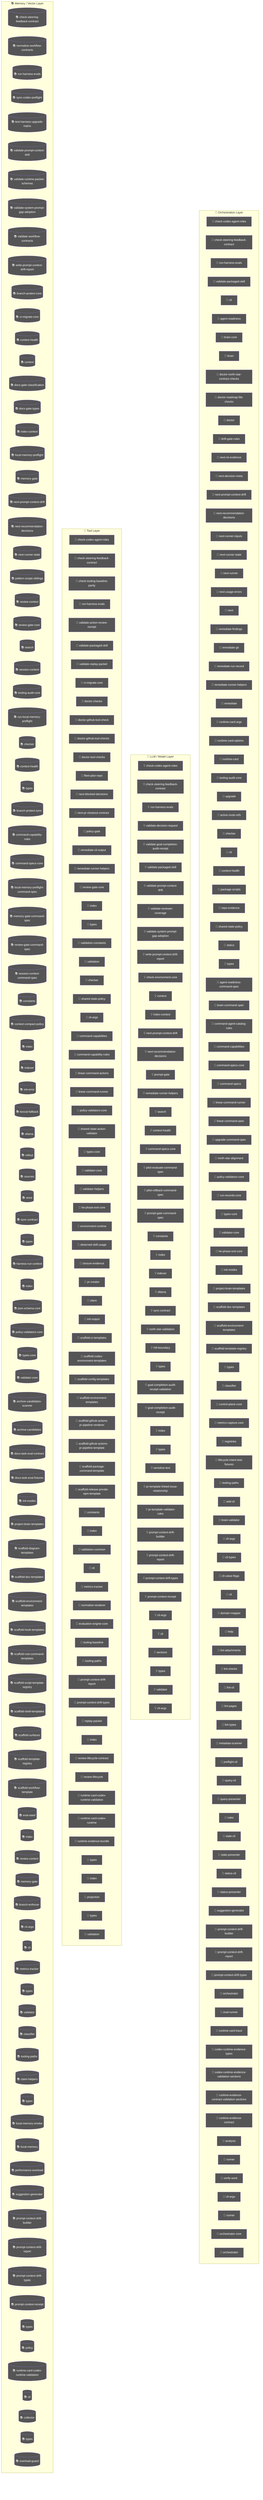
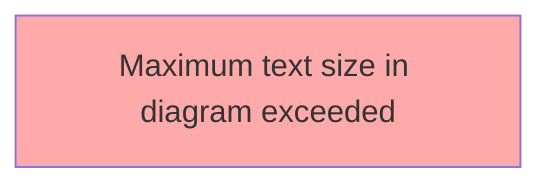
flowchart TD
  subgraph Orchestration["🎯 Orchestration Layer"]
    node_agent_mmd_orchestration_layer_orchestration_chec_7a9f0b64["🤖 check-codex-agent-roles"]
    node_agent_mmd_orchestration_layer_orchestration_chec_7fd47f5c["🤖 check-steering-feedback-contract"]
+     node_agent_mmd_orchestration_layer_orchestration_prom_9a65eb91["🤖 prompt-context-drift-validate-runner"]
+     node_agent_mmd_orchestration_layer_orchestration_prom_0cd46d14["🤖 prompt-context-drift-write-runner"]
    node_agent_mmd_orchestration_layer_orchestration_run__18817957["🤖 run-harness-evals"]
    node_agent_mmd_orchestration_layer_orchestration_vali_c01b04be["🤖 validate-packaged-skill"]
+     node_agent_mmd_orchestration_layer_orchestration_vali_5767880c["🤖 validate-prompt-context-drift"]
+     node_agent_mmd_orchestration_layer_orchestration_writ_011f1ade["🤖 write-prompt-context-drift-report"]
    cli_99bb8840["🤖 cli"]
    agent_readiness_c82c68e6["🤖 agent-readiness"]
    brain_core_aa07c380["🤖 brain-core"]
    brain_bbbf7a64["🤖 brain"]
    doctor_north_star_contract_checks_0048124c["🤖 doctor-north-star-contract-checks"]
    doctor_roadmap_file_checks_14447b8e["🤖 doctor-roadmap-file-checks"]
    doctor_72f4be89["🤖 doctor"]
    drift_gate_rules_9685e72d["🤖 drift-gate-rules"]
    next_cli_evidence_2385bd04["🤖 next-cli-evidence"]
    next_decision_meta_c58bc91b["🤖 next-decision-meta"]
    node_agent_mmd_orchestration_layer_orchestration_next_bd28cb25["🤖 next-prompt-context-drift"]
    node_agent_mmd_orchestration_layer_orchestration_next_2419fcae["🤖 next-recommendation-decisions"]
    next_runner_inputs_754dba64["🤖 next-runner-inputs"]
    node_agent_mmd_orchestration_layer_orchestration_next_5393fba1["🤖 next-runner-state"]
    next_runner_41643472["🤖 next-runner"]
    next_usage_errors_837a345a["🤖 next-usage-errors"]
    next_c6c1c9a9["🤖 next"]
    remediate_findings_8b09c8c6["🤖 remediate-findings"]
    remediate_git_58c6f6f4["🤖 remediate-git"]
    remediate_run_record_9dfe5dc1["🤖 remediate-run-record"]
    node_agent_mmd_orchestration_layer_orchestration_reme_359fe98f["🤖 remediate-runner-helpers"]
    remediate_06b9c7fc["🤖 remediate"]
    runtime_card_args_2b3d4b28["🤖 runtime-card-args"]
    runtime_card_options_c9156ad5["🤖 runtime-card-options"]
    runtime_card_e06b53e1["🤖 runtime-card"]
    node_agent_mmd_orchestration_layer_orchestration_tool_acfe0c01["🤖 tooling-audit-core"]
    upgrade_7fef9479["🤖 upgrade"]
    active_route_refs_d7a46846["🤖 active-route-refs"]
    node_agent_mmd_orchestration_layer_orchestration_chec_0550c395["🤖 checker"]
    cli_1_084e05fe["🤖 cli"]
    node_agent_mmd_orchestration_layer_orchestration_cont_61b3b9c9["🤖 context-health"]
    package_scripts_3ee6150f["🤖 package-scripts"]
    repo_evidence_38bb1de5["🤖 repo-evidence"]
    node_agent_mmd_orchestration_layer_orchestration_shar_724ef5f0["🤖 shared-state-policy"]
    status_073c1634["🤖 status"]
    node_agent_mmd_orchestration_layer_orchestration_type_4f906dcc["🤖 types"]
    agent_readiness_command_spec_a30c2c1e["🤖 agent-readiness-command-spec"]
    brain_command_spec_15b122d5["🤖 brain-command-spec"]
    command_agent_catalog_rules_8e06b2af["🤖 command-agent-catalog-rules"]
    node_agent_mmd_orchestration_layer_orchestration_comm_6e41a7f7["🤖 command-capabilities"]
    node_agent_mmd_orchestration_layer_orchestration_comm_1f8cc24c["🤖 command-specs-core"]
    command_specs_69167c63["🤖 command-specs"]
    node_agent_mmd_orchestration_layer_orchestration_line_b67affd5["🤖 linear-command-runner"]
    linear_command_spec_1e12dd44["🤖 linear-command-spec"]
    upgrade_command_spec_03f6c7bd["🤖 upgrade-command-spec"]
    north_star_alignment_00440188["🤖 north-star-alignment"]
    node_agent_mmd_orchestration_layer_orchestration_poli_3270b55d["🤖 policy-validators-core"]
    run_records_core_89286dfa["🤖 run-records-core"]
    node_agent_mmd_orchestration_layer_orchestration_type_7cf81261["🤖 types-core"]
    node_agent_mmd_orchestration_layer_orchestration_vali_d9fe99e6["🤖 validator-core"]
    node_agent_mmd_orchestration_layer_orchestration_he_p_fc778c24["🤖 he-phase-exit-core"]
    node_agent_mmd_orchestration_layer_orchestration_init_2a9c3ecb["🤖 init-modes"]
    node_agent_mmd_orchestration_layer_orchestration_proj_6ab6f60f["🤖 project-brain-templates"]
    node_agent_mmd_orchestration_layer_orchestration_scaf_12cc07db["🤖 scaffold-doc-templates"]
    node_agent_mmd_orchestration_layer_orchestration_scaf_c9a90c2f["🤖 scaffold-environment-templates"]
    node_agent_mmd_orchestration_layer_orchestration_scaf_ff8f92f6["🤖 scaffold-template-registry"]
    types_17_ed30531c["🤖 types"]
    node_agent_mmd_orchestration_layer_orchestration_clas_899b821a["🤖 classifier"]
    control_plane_core_db3b4cb2["🤖 control-plane-core"]
    metrics_capture_core_db4bf7cf["🤖 metrics-capture-core"]
    registries_06402afa["🤖 registries"]
    lifecycle_intent_test_fixtures_a53c7ada["🤖 lifecycle-intent-test-fixtures"]
    node_agent_mmd_orchestration_layer_orchestration_tool_6fb851c8["🤖 tooling-paths"]
    add_cli_7614de25["🤖 add-cli"]
    brain_validator_be251832["🤖 brain-validator"]
    cli_args_8_d546936e["🤖 cli-args"]
    cli_types_1686e858["🤖 cli-types"]
    cli_value_flags_732a8e43["🤖 cli-value-flags"]
    cli_10_35dc8cbd["🤖 cli"]
    domain_mapper_cd9333d2["🤖 domain-mapper"]
    help_106a5842["🤖 help"]
    lint_attachments_873c0632["🤖 lint-attachments"]
    lint_checks_83522b19["🤖 lint-checks"]
    lint_cli_9ec62ec0["🤖 lint-cli"]
    lint_pages_e33301d0["🤖 lint-pages"]
    lint_types_2862c255["🤖 lint-types"]
    metadata_scanner_6a101b66["🤖 metadata-scanner"]
    preflight_cli_5d148379["🤖 preflight-cli"]
    query_cli_b95be64d["🤖 query-cli"]
    query_presenter_02e6077c["🤖 query-presenter"]
    rules_6c621d1a["🤖 rules"]
    stale_cli_64548720["🤖 stale-cli"]
    stale_presenter_1de4e3a2["🤖 stale-presenter"]
    status_cli_4c24a0d6["🤖 status-cli"]
    status_presenter_8de686c1["🤖 status-presenter"]
    node_agent_mmd_orchestration_layer_orchestration_sugg_85c5ebe3["🤖 suggestion-generator"]
    node_agent_mmd_orchestration_layer_orchestration_prom_e7fa0708["🤖 prompt-context-drift-builder"]
    node_agent_mmd_orchestration_layer_orchestration_prom_d17b4de2["🤖 prompt-context-drift-report"]
    node_agent_mmd_orchestration_layer_orchestration_prom_77088997["🤖 prompt-context-drift-types"]
    orchestrator_11376b7e["🤖 orchestrator"]
    eval_runner_0966a6b3["🤖 eval-runner"]
    runtime_card_trace_64a5ca95["🤖 runtime-card-trace"]
    codex_runtime_evidence_types_f55808dd["🤖 codex-runtime-evidence-types"]
    codex_runtime_evidence_validation_sections_6d236b4a["🤖 codex-runtime-evidence-validation-sections"]
    runtime_evidence_contract_validation_sections_1779ca7c["🤖 runtime-evidence-contract-validation-sections"]
    runtime_evidence_contract_0f7b15b2["🤖 runtime-evidence-contract"]
    analysis_f44e85c4["🤖 analysis"]
    runner_527aa9f4["🤖 runner"]
    verify_work_1_cd8e7ec3["🤖 verify-work"]
    cli_args_14_3481043e["🤖 cli-args"]
    runner_1_6f281bf8["🤖 runner"]
    orchestrator_core_d0678b53["🤖 orchestrator-core"]
    orchestrator_1_6b7137c5["🤖 orchestrator"]
  end
  subgraph LLMLayer["🧠 LLM / Model Layer"]
    node_agent_mmd_llm_model_layer_llmlayer_check_codex_a_29e7b7fa["💡 check-codex-agent-roles"]
    node_agent_mmd_llm_model_layer_llmlayer_check_steerin_0e1bf90d["💡 check-steering-feedback-contract"]
+     node_agent_mmd_llm_model_layer_llmlayer_prompt_contex_446877b9["💡 prompt-context-drift-validate-runner"]
+     node_agent_mmd_llm_model_layer_llmlayer_prompt_contex_e635dbb5["💡 prompt-context-drift-write-runner"]
    node_agent_mmd_llm_model_layer_llmlayer_run_harness_e_603fcfdc["💡 run-harness-evals"]
    validate_decision_request_2e5c325e["💡 validate-decision-request"]
    validate_goal_completion_audit_receipt_100d252c["💡 validate-goal-completion-audit-receipt"]
    node_agent_mmd_llm_model_layer_llmlayer_validate_pack_2a12e1f4["💡 validate-packaged-skill"]
-     node_agent_mmd_llm_model_layer_llmlayer_validate_prom_9880f764["💡 validate-prompt-context-drift"]
+     node_agent_mmd_llm_model_layer_llmlayer_validate_prom_cde7017c["💡 validate-prompt-context-drift"]
    validate_reviewer_coverage_251efee3["💡 validate-reviewer-coverage"]
    node_agent_mmd_llm_model_layer_llmlayer_validate_syst_5636156e["💡 validate-system-prompt-gap-adoption"]
-     node_agent_mmd_llm_model_layer_llmlayer_write_prompt__cd0a0f0b["💡 write-prompt-context-drift-report"]
+     node_agent_mmd_llm_model_layer_llmlayer_write_prompt__42d2bbb0["💡 write-prompt-context-drift-report"]
    check_environment_core_2c16213f["💡 check-environment-core"]
    node_agent_mmd_llm_model_layer_llmlayer_context_conte_ad2dfbd9["💡 context"]
    node_agent_mmd_llm_model_layer_llmlayer_index_context_1041bd11["💡 index-context"]
    node_agent_mmd_llm_model_layer_llmlayer_next_prompt_c_bdfb9c8c["💡 next-prompt-context-drift"]
    node_agent_mmd_llm_model_layer_llmlayer_next_recommen_b2930791["💡 next-recommendation-decisions"]
    prompt_gate_c5e9d207["💡 prompt-gate"]
    node_agent_mmd_llm_model_layer_llmlayer_remediate_run_9e3d4585["💡 remediate-runner-helpers"]
    node_agent_mmd_llm_model_layer_llmlayer_search_search_66b9a911["💡 search"]
    node_agent_mmd_llm_model_layer_llmlayer_context_healt_cfc0bfa8["💡 context-health"]
    node_agent_mmd_llm_model_layer_llmlayer_command_specs_782af9fa["💡 command-specs-core"]
    pilot_evaluate_command_spec_1084ea72["💡 pilot-evaluate-command-spec"]
    pilot_rollback_command_spec_4fe69f7d["💡 pilot-rollback-command-spec"]
    prompt_gate_command_spec_9a941482["💡 prompt-gate-command-spec"]
    node_agent_mmd_llm_model_layer_llmlayer_constants_con_c9bd3f6c["💡 constants"]
    node_agent_mmd_llm_model_layer_llmlayer_index_index_1_02e160ff["💡 index"]
    node_agent_mmd_llm_model_layer_llmlayer_indexer_index_4f4deef5["💡 indexer"]
    node_agent_mmd_llm_model_layer_llmlayer_ollama_ollama_968b23fa["💡 ollama"]
    node_agent_mmd_llm_model_layer_llmlayer_sync_contract_9f3cc8c1["💡 sync-contract"]
    north_star_validators_cfc926ce["💡 north-star-validators"]
    hilt_boundary_9b36fb15["💡 hilt-boundary"]
    types_10_75e5a4a0["💡 types"]
    goal_completion_audit_receipt_validation_9d0f4891["💡 goal-completion-audit-receipt-validation"]
    goal_completion_audit_receipt_5e4939c3["💡 goal-completion-audit-receipt"]
    index_5_522f772a["💡 index"]
    node_agent_mmd_llm_model_layer_llmlayer_constants_con_c9bd3f6c["💡 constants"]
    types_18_37582e2a["💡 types"]
    sensitive_text_7c11f760["💡 sensitive-text"]
    pr_template_linked_issue_relationship_a7b61f2c["💡 pr-template-linked-issue-relationship"]
    pr_template_validator_rules_20a32d6b["💡 pr-template-validator-rules"]
    node_agent_mmd_llm_model_layer_llmlayer_index_index_1_02e160ff["💡 index"]
    node_agent_mmd_llm_model_layer_llmlayer_prompt_contex_0bf03c2e["💡 prompt-context-drift-builder"]
    node_agent_mmd_llm_model_layer_llmlayer_prompt_contex_81f9066a["💡 prompt-context-drift-report"]
    node_agent_mmd_llm_model_layer_llmlayer_prompt_contex_e5066b88["💡 prompt-context-drift-types"]
    node_agent_mmd_llm_model_layer_llmlayer_index_index_1_02e160ff["💡 index"]
    node_agent_mmd_llm_model_layer_llmlayer_prompt_contex_6426acc2["💡 prompt-context-receipt"]
    cli_args_9_9c136878["💡 cli-args"]
    cli_11_338a8415["💡 cli"]
    sections_4697ef32["💡 sections"]
    types_28_4476fcc6["💡 types"]
    validator_7_f836eb0e["💡 validator"]
    cli_args_10_861cdd3f["💡 cli-args"]
  end
  subgraph ToolLayer["🔧 Tool Layer"]
    node_agent_mmd_tool_layer_toollayer_check_codex_agent_4b361d5a["🔧 check-codex-agent-roles"]
    node_agent_mmd_tool_layer_toollayer_check_steering_fe_eafecf3a["🔧 check-steering-feedback-contract"]
    check_tooling_baseline_parity_3124b30a["🔧 check-tooling-baseline-parity"]
    node_agent_mmd_tool_layer_toollayer_run_harness_evals_e2ee24f1["🔧 run-harness-evals"]
    validate_action_review_receipt_fa2f06c3["🔧 validate-action-review-receipt"]
    node_agent_mmd_tool_layer_toollayer_validate_packaged_2855c827["🔧 validate-packaged-skill"]
    validate_replay_packet_f309747e["🔧 validate-replay-packet"]
    node_agent_mmd_tool_layer_toollayer_ci_migrate_core_c_049f8460["🔧 ci-migrate-core"]
    doctor_checks_5a2eb2b9["🔧 doctor-checks"]
    doctor_github_tool_check_e0a938df["🔧 doctor-github-tool-check"]
    doctor_github_tool_checks_a53b0382["🔧 doctor-github-tool-checks"]
    doctor_tool_checks_4acac51a["🔧 doctor-tool-checks"]
    fleet_plan_repo_ecdc6499["🔧 fleet-plan-repo"]
    next_blocked_decisions_4140ad2b["🔧 next-blocked-decisions"]
    next_pr_closeout_contract_af31d30a["🔧 next-pr-closeout-contract"]
    policy_gate_213f7313["🔧 policy-gate"]
    remediate_cli_output_cc165396["🔧 remediate-cli-output"]
    node_agent_mmd_tool_layer_toollayer_remediate_runner__c003b871["🔧 remediate-runner-helpers"]
    node_agent_mmd_tool_layer_toollayer_review_gate_core__7704598b["🔧 review-gate-core"]
    index_1bc04b52["🔧 index"]
    types_1_4ecdf56e["🔧 types"]
    validation_constants_e002a0f6["🔧 validation-constants"]
    validation_98c41dcd["🔧 validation"]
    node_agent_mmd_tool_layer_toollayer_checker_checker_2_453d593b["🔧 checker"]
    node_agent_mmd_tool_layer_toollayer_shared_state_poli_53734acd["🔧 shared-state-policy"]
    cli_args_1_6144b055["🔧 cli-args"]
    node_agent_mmd_tool_layer_toollayer_command_capabilit_7fe13db1["🔧 command-capabilities"]
    node_agent_mmd_tool_layer_toollayer_command_capabilit_e97a4615["🔧 command-capability-rules"]
    linear_command_actions_e430f4f4["🔧 linear-command-actions"]
    node_agent_mmd_tool_layer_toollayer_linear_command_ru_d6763748["🔧 linear-command-runner"]
    node_agent_mmd_tool_layer_toollayer_policy_validators_af136abf["🔧 policy-validators-core"]
    shared_state_action_validator_e7b128cd["🔧 shared-state-action-validator"]
    node_agent_mmd_tool_layer_toollayer_types_core_types__6c8319b6["🔧 types-core"]
    node_agent_mmd_tool_layer_toollayer_validator_core_va_6ef6131f["🔧 validator-core"]
    validator_helpers_7b927667["🔧 validator-helpers"]
    node_agent_mmd_tool_layer_toollayer_he_phase_exit_cor_af016160["🔧 he-phase-exit-core"]
    environment_runtime_3206f0a8["🔧 environment-runtime"]
    observed_skill_usage_ed7d5930["🔧 observed-skill-usage"]
    closure_evidence_aaa31467["🔧 closure-evidence"]
    pr_creator_dc6b1ea4["🔧 pr-creator"]
    client_948fe603["🔧 client"]
    init_output_360dce91["🔧 init-output"]
    scaffold_ci_templates_2afd6392["🔧 scaffold-ci-templates"]
    scaffold_codex_environment_templates_334fbbed["🔧 scaffold-codex-environment-templates"]
    scaffold_config_templates_4b80ce53["🔧 scaffold-config-templates"]
    node_agent_mmd_tool_layer_toollayer_scaffold_environm_c1afc013["🔧 scaffold-environment-templates"]
    scaffold_github_actions_pr_pipeline_renderer_1ee18de5["🔧 scaffold-github-actions-pr-pipeline-renderer"]
    scaffold_github_actions_pr_pipeline_template_e2b85f62["🔧 scaffold-github-actions-pr-pipeline-template"]
    scaffold_package_command_template_80e32e83["🔧 scaffold-package-command-template"]
    scaffold_release_private_npm_template_075499f8["🔧 scaffold-release-private-npm-template"]
    node_agent_mmd_tool_layer_toollayer_constants_constan_9d71b829["🔧 constants"]
    index_9_32dd4d91["🔧 index"]
    validation_common_6161e48b["🔧 validation-common"]
    node_agent_mmd_tool_layer_toollayer_cli_cli_2_1_32d9eeaf["🔧 cli"]
    node_agent_mmd_tool_layer_toollayer_metrics_tracker_m_4c9237d8["🔧 metrics-tracker"]
    normalise_renderer_85f2e563["🔧 normalise-renderer"]
    evaluation_engine_core_e054fe49["🔧 evaluation-engine-core"]
    tooling_baseline_50ab2eeb["🔧 tooling-baseline"]
    node_agent_mmd_tool_layer_toollayer_tooling_paths_too_64483840["🔧 tooling-paths"]
    node_agent_mmd_tool_layer_toollayer_prompt_context_dr_a2772f2b["🔧 prompt-context-drift-report"]
    node_agent_mmd_tool_layer_toollayer_prompt_context_dr_bd82da46["🔧 prompt-context-drift-types"]
    replay_packet_a1293f88["🔧 replay-packet"]
    index_14_d982116c["🔧 index"]
    review_lifecycle_contract_e5447221["🔧 review-lifecycle-contract"]
    review_lifecycle_89afa64c["🔧 review-lifecycle"]
    node_agent_mmd_tool_layer_toollayer_runtime_card_code_3636ceac["🔧 runtime-card-codex-runtime-validation"]
    runtime_card_codex_runtime_0655e230["🔧 runtime-card-codex-runtime"]
    runtime_evidence_bundle_d471a232["🔧 runtime-evidence-bundle"]
    types_37_32ccf9f9["🔧 types"]
    index_17_642943a2["🔧 index"]
    projection_1b250ea1["🔧 projection"]
    types_39_d07de160["🔧 types"]
    validation_8_b9fa10af["🔧 validation"]
  end
  subgraph MemoryLayer["📚 Memory / Vector Layer"]
    node_agent_mmd_memory_vector_layer_memorylayer_check__64c86928[("📚 check-steering-feedback-contract")]
+     node_agent_mmd_memory_vector_layer_memorylayer_prompt_5eeadd7c[("📚 prompt-context-drift-validate-runner")]
+     node_agent_mmd_memory_vector_layer_memorylayer_prompt_6d3fcb0b[("📚 prompt-context-drift-write-runner")]
    normalize_workflow_contracts_8701f1c8[("📚 normalize-workflow-contracts")]
    node_agent_mmd_memory_vector_layer_memorylayer_run_ha_5b637d0d[("📚 run-harness-evals")]
    sync_codex_preflight_7e7a8dc2[("📚 sync-codex-preflight")]
    test_harness_upgrade_matrix_84113c4e[("📚 test-harness-upgrade-matrix")]
-     node_agent_mmd_memory_vector_layer_memorylayer_valida_c52c4db8[("📚 validate-prompt-context-drift")]
+     node_agent_mmd_memory_vector_layer_memorylayer_valida_88b7435a[("📚 validate-prompt-context-drift")]
    validate_runtime_packet_schemas_bc3ba8ec[("📚 validate-runtime-packet-schemas")]
    node_agent_mmd_memory_vector_layer_memorylayer_valida_db599a97[("📚 validate-system-prompt-gap-adoption")]
    validate_workflow_contracts_33dc063c[("📚 validate-workflow-contracts")]
-     node_agent_mmd_memory_vector_layer_memorylayer_write__a8df92d8[("📚 write-prompt-context-drift-report")]
+     node_agent_mmd_memory_vector_layer_memorylayer_write__9ee5aa99[("📚 write-prompt-context-drift-report")]
    branch_protect_core_a8feb0fd[("📚 branch-protect-core")]
    node_agent_mmd_memory_vector_layer_memorylayer_ci_mig_0cd5b1a4[("📚 ci-migrate-core")]
    context_health_80bb7da9[("📚 context-health")]
    node_agent_mmd_memory_vector_layer_memorylayer_contex_78ceaaa9[("📚 context")]
    docs_gate_classification_2f51c90b[("📚 docs-gate-classification")]
    docs_gate_types_d285abb6[("📚 docs-gate-types")]
    node_agent_mmd_memory_vector_layer_memorylayer_index__6f3402d0[("📚 index-context")]
    local_memory_preflight_dcc36c42[("📚 local-memory-preflight")]
    memory_gate_a577a506[("📚 memory-gate")]
    node_agent_mmd_memory_vector_layer_memorylayer_next_p_25a3d4ff[("📚 next-prompt-context-drift")]
    node_agent_mmd_memory_vector_layer_memorylayer_next_r_ef64c9f9[("📚 next-recommendation-decisions")]
    node_agent_mmd_memory_vector_layer_memorylayer_next_r_7feb80cc[("📚 next-runner-state")]
    pattern_scope_siblings_43abe000[("📚 pattern-scope-siblings")]
    review_context_ca6cf81d[("📚 review-context")]
    node_agent_mmd_memory_vector_layer_memorylayer_review_5bee9816[("📚 review-gate-core")]
    node_agent_mmd_memory_vector_layer_memorylayer_search_ac35cb7e[("📚 search")]
    session_context_e5ec72c0[("📚 session-context")]
    node_agent_mmd_memory_vector_layer_memorylayer_toolin_a1185b8f[("📚 tooling-audit-core")]
    run_local_memory_preflight_36e92808[("📚 run-local-memory-preflight")]
    node_agent_mmd_memory_vector_layer_memorylayer_checke_a583eb4f[("📚 checker")]
    node_agent_mmd_memory_vector_layer_memorylayer_contex_3204aa0e[("📚 context-health")]
    node_agent_mmd_memory_vector_layer_memorylayer_types__9ad640a0[("📚 types")]
    branch_protect_sync_570adb18[("📚 branch-protect-sync")]
    node_agent_mmd_memory_vector_layer_memorylayer_comman_c72a5d05[("📚 command-capability-rules")]
    node_agent_mmd_memory_vector_layer_memorylayer_comman_111eb454[("📚 command-specs-core")]
    local_memory_preflight_command_spec_9e23f3ce[("📚 local-memory-preflight-command-spec")]
    memory_gate_command_spec_dc9001a9[("📚 memory-gate-command-spec")]
    review_gate_command_spec_3187376a[("📚 review-gate-command-spec")]
    session_context_command_spec_973afbb1[("📚 session-context-command-spec")]
    node_agent_mmd_memory_vector_layer_memorylayer_consta_702d3f46[("📚 constants")]
    context_compact_policy_3dcaf95d[("📚 context-compact-policy")]
    node_agent_mmd_memory_vector_layer_memorylayer_index__752bc61e[("📚 index")]
    node_agent_mmd_memory_vector_layer_memorylayer_indexe_93e6d86f[("📚 indexer")]
    init_error_5c7dd49f[("📚 init-error")]
    lexical_fallback_723e2b3e[("📚 lexical-fallback")]
    node_agent_mmd_memory_vector_layer_memorylayer_ollama_6d51be16[("📚 ollama")]
    rollout_a4fa034c[("📚 rollout")]
    sources_878a52fc[("📚 sources")]
    store_824d80d7[("📚 store")]
    node_agent_mmd_memory_vector_layer_memorylayer_sync_c_e43418bc[("📚 sync-contract")]
    types_8_f6283648[("📚 types")]
    harness_run_context_ac7c77a9[("📚 harness-run-context")]
    index_4_013aa0e3[("📚 index")]
    json_schema_core_96d7e328[("📚 json-schema-core")]
    node_agent_mmd_memory_vector_layer_memorylayer_policy_1944de42[("📚 policy-validators-core")]
    node_agent_mmd_memory_vector_layer_memorylayer_types__83f369fa[("📚 types-core")]
    node_agent_mmd_memory_vector_layer_memorylayer_valida_41034356[("📚 validator-core")]
    archive_candidates_scanner_d0931789[("📚 archive-candidates-scanner")]
    archive_candidates_dc0e40e1[("📚 archive-candidates")]
    docs_task_eval_contract_79347457[("📚 docs-task-eval-contract")]
    docs_task_eval_fixtures_44902755[("📚 docs-task-eval-fixtures")]
    node_agent_mmd_memory_vector_layer_memorylayer_init_m_333d02c5[("📚 init-modes")]
    node_agent_mmd_memory_vector_layer_memorylayer_projec_3ae304d9[("📚 project-brain-templates")]
    scaffold_diagram_templates_dd88e83c[("📚 scaffold-diagram-templates")]
    node_agent_mmd_memory_vector_layer_memorylayer_scaffo_5fd73b94[("📚 scaffold-doc-templates")]
    node_agent_mmd_memory_vector_layer_memorylayer_scaffo_12b42341[("📚 scaffold-environment-templates")]
    scaffold_hook_templates_8c74ab50[("📚 scaffold-hook-templates")]
    scaffold_root_command_templates_404fed7f[("📚 scaffold-root-command-templates")]
    scaffold_script_template_registry_69312d4e[("📚 scaffold-script-template-registry")]
    scaffold_shell_templates_0ad0f915[("📚 scaffold-shell-templates")]
    scaffold_surfaces_12d6494e[("📚 scaffold-surfaces")]
    node_agent_mmd_memory_vector_layer_memorylayer_scaffo_a86eece1[("📚 scaffold-template-registry")]
    scaffold_workflow_template_92310587[("📚 scaffold-workflow-template")]
    eval_seed_5699fd3e[("📚 eval-seed")]
    index_10_f6785a46[("📚 index")]
    review_context_1_e3afed15[("📚 review-context")]
    memory_gate_1_265164ac[("📚 memory-gate")]
    branch_enforcer_acb749cd[("📚 branch-enforcer")]
    cli_args_5_09ea29f0[("📚 cli-args")]
    node_agent_mmd_memory_vector_layer_memorylayer_cli_cl_1f1f89ab[("📚 cli")]
    node_agent_mmd_memory_vector_layer_memorylayer_metric_12562178[("📚 metrics-tracker")]
    types_20_071a0112[("📚 types")]
    validator_5_b19ac2be[("📚 validator")]
    node_agent_mmd_memory_vector_layer_memorylayer_classi_1ebbf5ff[("📚 classifier")]
    node_agent_mmd_memory_vector_layer_memorylayer_toolin_0b766498[("📚 tooling-paths")]
    claim_helpers_20dc8387[("📚 claim-helpers")]
    types_25_89d086aa[("📚 types")]
    local_memory_smoke_1175abfc[("📚 local-memory-smoke")]
    local_memory_0db17ecc[("📚 local-memory")]
    performance_overload_c685bfcf[("📚 performance-overload")]
    node_agent_mmd_memory_vector_layer_memorylayer_sugges_267f408d[("📚 suggestion-generator")]
    node_agent_mmd_memory_vector_layer_memorylayer_index__752bc61e[("📚 index")]
    node_agent_mmd_memory_vector_layer_memorylayer_prompt_b3bc9b07[("📚 prompt-context-drift-builder")]
    node_agent_mmd_memory_vector_layer_memorylayer_prompt_ae34fc43[("📚 prompt-context-drift-report")]
    node_agent_mmd_memory_vector_layer_memorylayer_prompt_efd77624[("📚 prompt-context-drift-types")]
    node_agent_mmd_memory_vector_layer_memorylayer_index__752bc61e[("📚 index")]
    node_agent_mmd_memory_vector_layer_memorylayer_prompt_55c0d605[("📚 prompt-context-receipt")]
    types_32_bfe791ff[("📚 types")]
    policy_1_fc4198db[("📚 policy")]
    node_agent_mmd_memory_vector_layer_memorylayer_runtim_a5d23e7f[("📚 runtime-card-codex-runtime-validation")]
    cli_12_01c06c37[("📚 cli")]
    collector_0736fd5b[("📚 collector")]
    types_35_93e66c64[("📚 types")]
    overload_guard_2748c559[("📚 overload-guard")]
  end
+   prompt_context_drift_validate_runner_c8ecc6f5 -->|retrieves from| index_12_762ec91b
+   prompt_context_drift_write_runner_69e6a4fd -->|retrieves from| index_12_762ec91b
  classDef agentNode fill:#555,color:#fff
-   class node_agent_mmd_orchestration_layer_orchestration_chec_7a9f0b64,node_agent_mmd_llm_model_layer_llmlayer_check_codex_a_29e7b7fa,node_agent_mmd_tool_layer_toollayer_check_codex_agent_4b361d5a,node_agent_mmd_orchestration_layer_orchestration_chec_7fd47f5c,node_agent_mmd_llm_model_layer_llmlayer_check_steerin_0e1bf90d,node_agent_mmd_tool_layer_toollayer_check_steering_fe_eafecf3a,node_agent_mmd_memory_vector_layer_memorylayer_check__64c86928,node_agent_mmd_orchestration_layer_orchestration_run__18817957,node_agent_mmd_llm_model_layer_llmlayer_run_harness_e_603fcfdc,node_agent_mmd_tool_layer_toollayer_run_harness_evals_e2ee24f1,node_agent_mmd_memory_vector_layer_memorylayer_run_ha_5b637d0d,node_agent_mmd_orchestration_layer_orchestration_vali_c01b04be,node_agent_mmd_llm_model_layer_llmlayer_validate_pack_2a12e1f4,node_agent_mmd_tool_layer_toollayer_validate_packaged_2855c827,cli_99bb8840,agent_readiness_c82c68e6,brain_core_aa07c380,brain_bbbf7a64,doctor_north_star_contract_checks_0048124c,doctor_roadmap_file_checks_14447b8e,doctor_72f4be89,drift_gate_rules_9685e72d,next_cli_evidence_2385bd04,next_decision_meta_c58bc91b,node_agent_mmd_orchestration_layer_orchestration_next_bd28cb25,node_agent_mmd_llm_model_layer_llmlayer_next_prompt_c_bdfb9c8c,node_agent_mmd_memory_vector_layer_memorylayer_next_p_25a3d4ff,node_agent_mmd_orchestration_layer_orchestration_next_2419fcae,node_agent_mmd_llm_model_layer_llmlayer_next_recommen_b2930791,node_agent_mmd_memory_vector_layer_memorylayer_next_r_ef64c9f9,next_runner_inputs_754dba64,node_agent_mmd_orchestration_layer_orchestration_next_5393fba1,node_agent_mmd_memory_vector_layer_memorylayer_next_r_7feb80cc,next_runner_41643472,next_usage_errors_837a345a,next_c6c1c9a9,remediate_findings_8b09c8c6,remediate_git_58c6f6f4,remediate_run_record_9dfe5dc1,node_agent_mmd_orchestration_layer_orchestration_reme_359fe98f,node_agent_mmd_llm_model_layer_llmlayer_remediate_run_9e3d4585,node_agent_mmd_tool_layer_toollayer_remediate_runner__c003b871,remediate_06b9c7fc,runtime_card_args_2b3d4b28,runtime_card_options_c9156ad5,runtime_card_e06b53e1,node_agent_mmd_orchestration_layer_orchestration_tool_acfe0c01,node_agent_mmd_memory_vector_layer_memorylayer_toolin_a1185b8f,upgrade_7fef9479,active_route_refs_d7a46846,node_agent_mmd_orchestration_layer_orchestration_chec_0550c395,node_agent_mmd_tool_layer_toollayer_checker_checker_2_453d593b,node_agent_mmd_memory_vector_layer_memorylayer_checke_a583eb4f,cli_1_084e05fe,node_agent_mmd_orchestration_layer_orchestration_cont_61b3b9c9,node_agent_mmd_llm_model_layer_llmlayer_context_healt_cfc0bfa8,node_agent_mmd_memory_vector_layer_memorylayer_contex_3204aa0e,package_scripts_3ee6150f,repo_evidence_38bb1de5,node_agent_mmd_orchestration_layer_orchestration_shar_724ef5f0,node_agent_mmd_tool_layer_toollayer_shared_state_poli_53734acd,status_073c1634,node_agent_mmd_orchestration_layer_orchestration_type_4f906dcc,node_agent_mmd_memory_vector_layer_memorylayer_types__9ad640a0,agent_readiness_command_spec_a30c2c1e,brain_command_spec_15b122d5,command_agent_catalog_rules_8e06b2af,node_agent_mmd_orchestration_layer_orchestration_comm_6e41a7f7,node_agent_mmd_tool_layer_toollayer_command_capabilit_7fe13db1,node_agent_mmd_orchestration_layer_orchestration_comm_1f8cc24c,node_agent_mmd_llm_model_layer_llmlayer_command_specs_782af9fa,node_agent_mmd_memory_vector_layer_memorylayer_comman_111eb454,command_specs_69167c63,node_agent_mmd_orchestration_layer_orchestration_line_b67affd5,node_agent_mmd_tool_layer_toollayer_linear_command_ru_d6763748,linear_command_spec_1e12dd44,upgrade_command_spec_03f6c7bd,north_star_alignment_00440188,node_agent_mmd_orchestration_layer_orchestration_poli_3270b55d,node_agent_mmd_tool_layer_toollayer_policy_validators_af136abf,node_agent_mmd_memory_vector_layer_memorylayer_policy_1944de42,run_records_core_89286dfa,node_agent_mmd_orchestration_layer_orchestration_type_7cf81261,node_agent_mmd_tool_layer_toollayer_types_core_types__6c8319b6,node_agent_mmd_memory_vector_layer_memorylayer_types__83f369fa,node_agent_mmd_orchestration_layer_orchestration_vali_d9fe99e6,node_agent_mmd_tool_layer_toollayer_validator_core_va_6ef6131f,node_agent_mmd_memory_vector_layer_memorylayer_valida_41034356,node_agent_mmd_orchestration_layer_orchestration_he_p_fc778c24,node_agent_mmd_tool_layer_toollayer_he_phase_exit_cor_af016160,node_agent_mmd_orchestration_layer_orchestration_init_2a9c3ecb,node_agent_mmd_memory_vector_layer_memorylayer_init_m_333d02c5,node_agent_mmd_orchestration_layer_orchestration_proj_6ab6f60f,node_agent_mmd_memory_vector_layer_memorylayer_projec_3ae304d9,node_agent_mmd_orchestration_layer_orchestration_scaf_12cc07db,node_agent_mmd_memory_vector_layer_memorylayer_scaffo_5fd73b94,node_agent_mmd_orchestration_layer_orchestration_scaf_c9a90c2f,node_agent_mmd_tool_layer_toollayer_scaffold_environm_c1afc013,node_agent_mmd_memory_vector_layer_memorylayer_scaffo_12b42341,node_agent_mmd_orchestration_layer_orchestration_scaf_ff8f92f6,node_agent_mmd_memory_vector_layer_memorylayer_scaffo_a86eece1,types_17_ed30531c,node_agent_mmd_orchestration_layer_orchestration_clas_899b821a,node_agent_mmd_memory_vector_layer_memorylayer_classi_1ebbf5ff,control_plane_core_db3b4cb2,metrics_capture_core_db4bf7cf,registries_06402afa,lifecycle_intent_test_fixtures_a53c7ada,node_agent_mmd_orchestration_layer_orchestration_tool_6fb851c8,node_agent_mmd_tool_layer_toollayer_tooling_paths_too_64483840,node_agent_mmd_memory_vector_layer_memorylayer_toolin_0b766498,add_cli_7614de25,brain_validator_be251832,cli_args_8_d546936e,cli_types_1686e858,cli_value_flags_732a8e43,cli_10_35dc8cbd,domain_mapper_cd9333d2,help_106a5842,lint_attachments_873c0632,lint_checks_83522b19,lint_cli_9ec62ec0,lint_pages_e33301d0,lint_types_2862c255,metadata_scanner_6a101b66,preflight_cli_5d148379,query_cli_b95be64d,query_presenter_02e6077c,rules_6c621d1a,stale_cli_64548720,stale_presenter_1de4e3a2,status_cli_4c24a0d6,status_presenter_8de686c1,node_agent_mmd_orchestration_layer_orchestration_sugg_85c5ebe3,node_agent_mmd_memory_vector_layer_memorylayer_sugges_267f408d,node_agent_mmd_orchestration_layer_orchestration_prom_e7fa0708,node_agent_mmd_llm_model_layer_llmlayer_prompt_contex_0bf03c2e,node_agent_mmd_memory_vector_layer_memorylayer_prompt_b3bc9b07,node_agent_mmd_orchestration_layer_orchestration_prom_d17b4de2,node_agent_mmd_llm_model_layer_llmlayer_prompt_contex_81f9066a,node_agent_mmd_tool_layer_toollayer_prompt_context_dr_a2772f2b,node_agent_mmd_memory_vector_layer_memorylayer_prompt_ae34fc43,node_agent_mmd_orchestration_layer_orchestration_prom_77088997,node_agent_mmd_llm_model_layer_llmlayer_prompt_contex_e5066b88,node_agent_mmd_tool_layer_toollayer_prompt_context_dr_bd82da46,node_agent_mmd_memory_vector_layer_memorylayer_prompt_efd77624,orchestrator_11376b7e,eval_runner_0966a6b3,runtime_card_trace_64a5ca95,codex_runtime_evidence_types_f55808dd,codex_runtime_evidence_validation_sections_6d236b4a,runtime_evidence_contract_validation_sections_1779ca7c,runtime_evidence_contract_0f7b15b2,analysis_f44e85c4,runner_527aa9f4,verify_work_1_cd8e7ec3,cli_args_14_3481043e,runner_1_6f281bf8,orchestrator_core_d0678b53,orchestrator_1_6b7137c5 agentNode
+   class node_agent_mmd_orchestration_layer_orchestration_chec_7a9f0b64,node_agent_mmd_llm_model_layer_llmlayer_check_codex_a_29e7b7fa,node_agent_mmd_tool_layer_toollayer_check_codex_agent_4b361d5a,node_agent_mmd_orchestration_layer_orchestration_chec_7fd47f5c,node_agent_mmd_llm_model_layer_llmlayer_check_steerin_0e1bf90d,node_agent_mmd_tool_layer_toollayer_check_steering_fe_eafecf3a,node_agent_mmd_memory_vector_layer_memorylayer_check__64c86928,node_agent_mmd_orchestration_layer_orchestration_prom_9a65eb91,node_agent_mmd_llm_model_layer_llmlayer_prompt_contex_446877b9,node_agent_mmd_memory_vector_layer_memorylayer_prompt_5eeadd7c,node_agent_mmd_orchestration_layer_orchestration_prom_0cd46d14,node_agent_mmd_llm_model_layer_llmlayer_prompt_contex_e635dbb5,node_agent_mmd_memory_vector_layer_memorylayer_prompt_6d3fcb0b,node_agent_mmd_orchestration_layer_orchestration_run__18817957,node_agent_mmd_llm_model_layer_llmlayer_run_harness_e_603fcfdc,node_agent_mmd_tool_layer_toollayer_run_harness_evals_e2ee24f1,node_agent_mmd_memory_vector_layer_memorylayer_run_ha_5b637d0d,node_agent_mmd_orchestration_layer_orchestration_vali_c01b04be,node_agent_mmd_llm_model_layer_llmlayer_validate_pack_2a12e1f4,node_agent_mmd_tool_layer_toollayer_validate_packaged_2855c827,node_agent_mmd_orchestration_layer_orchestration_vali_5767880c,node_agent_mmd_llm_model_layer_llmlayer_validate_prom_cde7017c,node_agent_mmd_memory_vector_layer_memorylayer_valida_88b7435a,node_agent_mmd_orchestration_layer_orchestration_writ_011f1ade,node_agent_mmd_llm_model_layer_llmlayer_write_prompt__42d2bbb0,node_agent_mmd_memory_vector_layer_memorylayer_write__9ee5aa99,cli_99bb8840,agent_readiness_c82c68e6,brain_core_aa07c380,brain_bbbf7a64,doctor_north_star_contract_checks_0048124c,doctor_roadmap_file_checks_14447b8e,doctor_72f4be89,drift_gate_rules_9685e72d,next_cli_evidence_2385bd04,next_decision_meta_c58bc91b,node_agent_mmd_orchestration_layer_orchestration_next_bd28cb25,node_agent_mmd_llm_model_layer_llmlayer_next_prompt_c_bdfb9c8c,node_agent_mmd_memory_vector_layer_memorylayer_next_p_25a3d4ff,node_agent_mmd_orchestration_layer_orchestration_next_2419fcae,node_agent_mmd_llm_model_layer_llmlayer_next_recommen_b2930791,node_agent_mmd_memory_vector_layer_memorylayer_next_r_ef64c9f9,next_runner_inputs_754dba64,node_agent_mmd_orchestration_layer_orchestration_next_5393fba1,node_agent_mmd_memory_vector_layer_memorylayer_next_r_7feb80cc,next_runner_41643472,next_usage_errors_837a345a,next_c6c1c9a9,remediate_findings_8b09c8c6,remediate_git_58c6f6f4,remediate_run_record_9dfe5dc1,node_agent_mmd_orchestration_layer_orchestration_reme_359fe98f,node_agent_mmd_llm_model_layer_llmlayer_remediate_run_9e3d4585,node_agent_mmd_tool_layer_toollayer_remediate_runner__c003b871,remediate_06b9c7fc,runtime_card_args_2b3d4b28,runtime_card_options_c9156ad5,runtime_card_e06b53e1,node_agent_mmd_orchestration_layer_orchestration_tool_acfe0c01,node_agent_mmd_memory_vector_layer_memorylayer_toolin_a1185b8f,upgrade_7fef9479,active_route_refs_d7a46846,node_agent_mmd_orchestration_layer_orchestration_chec_0550c395,node_agent_mmd_tool_layer_toollayer_checker_checker_2_453d593b,node_agent_mmd_memory_vector_layer_memorylayer_checke_a583eb4f,cli_1_084e05fe,node_agent_mmd_orchestration_layer_orchestration_cont_61b3b9c9,node_agent_mmd_llm_model_layer_llmlayer_context_healt_cfc0bfa8,node_agent_mmd_memory_vector_layer_memorylayer_contex_3204aa0e,package_scripts_3ee6150f,repo_evidence_38bb1de5,node_agent_mmd_orchestration_layer_orchestration_shar_724ef5f0,node_agent_mmd_tool_layer_toollayer_shared_state_poli_53734acd,status_073c1634,node_agent_mmd_orchestration_layer_orchestration_type_4f906dcc,node_agent_mmd_memory_vector_layer_memorylayer_types__9ad640a0,agent_readiness_command_spec_a30c2c1e,brain_command_spec_15b122d5,command_agent_catalog_rules_8e06b2af,node_agent_mmd_orchestration_layer_orchestration_comm_6e41a7f7,node_agent_mmd_tool_layer_toollayer_command_capabilit_7fe13db1,node_agent_mmd_orchestration_layer_orchestration_comm_1f8cc24c,node_agent_mmd_llm_model_layer_llmlayer_command_specs_782af9fa,node_agent_mmd_memory_vector_layer_memorylayer_comman_111eb454,command_specs_69167c63,node_agent_mmd_orchestration_layer_orchestration_line_b67affd5,node_agent_mmd_tool_layer_toollayer_linear_command_ru_d6763748,linear_command_spec_1e12dd44,upgrade_command_spec_03f6c7bd,north_star_alignment_00440188,node_agent_mmd_orchestration_layer_orchestration_poli_3270b55d,node_agent_mmd_tool_layer_toollayer_policy_validators_af136abf,node_agent_mmd_memory_vector_layer_memorylayer_policy_1944de42,run_records_core_89286dfa,node_agent_mmd_orchestration_layer_orchestration_type_7cf81261,node_agent_mmd_tool_layer_toollayer_types_core_types__6c8319b6,node_agent_mmd_memory_vector_layer_memorylayer_types__83f369fa,node_agent_mmd_orchestration_layer_orchestration_vali_d9fe99e6,node_agent_mmd_tool_layer_toollayer_validator_core_va_6ef6131f,node_agent_mmd_memory_vector_layer_memorylayer_valida_41034356,node_agent_mmd_orchestration_layer_orchestration_he_p_fc778c24,node_agent_mmd_tool_layer_toollayer_he_phase_exit_cor_af016160,node_agent_mmd_orchestration_layer_orchestration_init_2a9c3ecb,node_agent_mmd_memory_vector_layer_memorylayer_init_m_333d02c5,node_agent_mmd_orchestration_layer_orchestration_proj_6ab6f60f,node_agent_mmd_memory_vector_layer_memorylayer_projec_3ae304d9,node_agent_mmd_orchestration_layer_orchestration_scaf_12cc07db,node_agent_mmd_memory_vector_layer_memorylayer_scaffo_5fd73b94,node_agent_mmd_orchestration_layer_orchestration_scaf_c9a90c2f,node_agent_mmd_tool_layer_toollayer_scaffold_environm_c1afc013,node_agent_mmd_memory_vector_layer_memorylayer_scaffo_12b42341,node_agent_mmd_orchestration_layer_orchestration_scaf_ff8f92f6,node_agent_mmd_memory_vector_layer_memorylayer_scaffo_a86eece1,types_17_ed30531c,node_agent_mmd_orchestration_layer_orchestration_clas_899b821a,node_agent_mmd_memory_vector_layer_memorylayer_classi_1ebbf5ff,control_plane_core_db3b4cb2,metrics_capture_core_db4bf7cf,registries_06402afa,lifecycle_intent_test_fixtures_a53c7ada,node_agent_mmd_orchestration_layer_orchestration_tool_6fb851c8,node_agent_mmd_tool_layer_toollayer_tooling_paths_too_64483840,node_agent_mmd_memory_vector_layer_memorylayer_toolin_0b766498,add_cli_7614de25,brain_validator_be251832,cli_args_8_d546936e,cli_types_1686e858,cli_value_flags_732a8e43,cli_10_35dc8cbd,domain_mapper_cd9333d2,help_106a5842,lint_attachments_873c0632,lint_checks_83522b19,lint_cli_9ec62ec0,lint_pages_e33301d0,lint_types_2862c255,metadata_scanner_6a101b66,preflight_cli_5d148379,query_cli_b95be64d,query_presenter_02e6077c,rules_6c621d1a,stale_cli_64548720,stale_presenter_1de4e3a2,status_cli_4c24a0d6,status_presenter_8de686c1,node_agent_mmd_orchestration_layer_orchestration_sugg_85c5ebe3,node_agent_mmd_memory_vector_layer_memorylayer_sugges_267f408d,node_agent_mmd_orchestration_layer_orchestration_prom_e7fa0708,node_agent_mmd_llm_model_layer_llmlayer_prompt_contex_0bf03c2e,node_agent_mmd_memory_vector_layer_memorylayer_prompt_b3bc9b07,node_agent_mmd_orchestration_layer_orchestration_prom_d17b4de2,node_agent_mmd_llm_model_layer_llmlayer_prompt_contex_81f9066a,node_agent_mmd_tool_layer_toollayer_prompt_context_dr_a2772f2b,node_agent_mmd_memory_vector_layer_memorylayer_prompt_ae34fc43,node_agent_mmd_orchestration_layer_orchestration_prom_77088997,node_agent_mmd_llm_model_layer_llmlayer_prompt_contex_e5066b88,node_agent_mmd_tool_layer_toollayer_prompt_context_dr_bd82da46,node_agent_mmd_memory_vector_layer_memorylayer_prompt_efd77624,orchestrator_11376b7e,eval_runner_0966a6b3,runtime_card_trace_64a5ca95,codex_runtime_evidence_types_f55808dd,codex_runtime_evidence_validation_sections_6d236b4a,runtime_evidence_contract_validation_sections_1779ca7c,runtime_evidence_contract_0f7b15b2,analysis_f44e85c4,runner_527aa9f4,verify_work_1_cd8e7ec3,cli_args_14_3481043e,runner_1_6f281bf8,orchestrator_core_d0678b53,orchestrator_1_6b7137c5 agentNode
  classDef llmNode fill:#555,color:#fff
-   class node_agent_mmd_orchestration_layer_orchestration_chec_7a9f0b64,node_agent_mmd_llm_model_layer_llmlayer_check_codex_a_29e7b7fa,node_agent_mmd_tool_layer_toollayer_check_codex_agent_4b361d5a,node_agent_mmd_orchestration_layer_orchestration_chec_7fd47f5c,node_agent_mmd_llm_model_layer_llmlayer_check_steerin_0e1bf90d,node_agent_mmd_tool_layer_toollayer_check_steering_fe_eafecf3a,node_agent_mmd_memory_vector_layer_memorylayer_check__64c86928,node_agent_mmd_orchestration_layer_orchestration_run__18817957,node_agent_mmd_llm_model_layer_llmlayer_run_harness_e_603fcfdc,node_agent_mmd_tool_layer_toollayer_run_harness_evals_e2ee24f1,node_agent_mmd_memory_vector_layer_memorylayer_run_ha_5b637d0d,validate_decision_request_2e5c325e,validate_goal_completion_audit_receipt_100d252c,node_agent_mmd_orchestration_layer_orchestration_vali_c01b04be,node_agent_mmd_llm_model_layer_llmlayer_validate_pack_2a12e1f4,node_agent_mmd_tool_layer_toollayer_validate_packaged_2855c827,node_agent_mmd_llm_model_layer_llmlayer_validate_prom_9880f764,node_agent_mmd_memory_vector_layer_memorylayer_valida_c52c4db8,validate_reviewer_coverage_251efee3,node_agent_mmd_llm_model_layer_llmlayer_validate_syst_5636156e,node_agent_mmd_memory_vector_layer_memorylayer_valida_db599a97,node_agent_mmd_llm_model_layer_llmlayer_write_prompt__cd0a0f0b,node_agent_mmd_memory_vector_layer_memorylayer_write__a8df92d8,check_environment_core_2c16213f,node_agent_mmd_llm_model_layer_llmlayer_context_conte_ad2dfbd9,node_agent_mmd_memory_vector_layer_memorylayer_contex_78ceaaa9,node_agent_mmd_llm_model_layer_llmlayer_index_context_1041bd11,node_agent_mmd_memory_vector_layer_memorylayer_index__6f3402d0,node_agent_mmd_orchestration_layer_orchestration_next_bd28cb25,node_agent_mmd_llm_model_layer_llmlayer_next_prompt_c_bdfb9c8c,node_agent_mmd_memory_vector_layer_memorylayer_next_p_25a3d4ff,node_agent_mmd_orchestration_layer_orchestration_next_2419fcae,node_agent_mmd_llm_model_layer_llmlayer_next_recommen_b2930791,node_agent_mmd_memory_vector_layer_memorylayer_next_r_ef64c9f9,prompt_gate_c5e9d207,node_agent_mmd_orchestration_layer_orchestration_reme_359fe98f,node_agent_mmd_llm_model_layer_llmlayer_remediate_run_9e3d4585,node_agent_mmd_tool_layer_toollayer_remediate_runner__c003b871,node_agent_mmd_llm_model_layer_llmlayer_search_search_66b9a911,node_agent_mmd_memory_vector_layer_memorylayer_search_ac35cb7e,node_agent_mmd_orchestration_layer_orchestration_cont_61b3b9c9,node_agent_mmd_llm_model_layer_llmlayer_context_healt_cfc0bfa8,node_agent_mmd_memory_vector_layer_memorylayer_contex_3204aa0e,node_agent_mmd_orchestration_layer_orchestration_comm_1f8cc24c,node_agent_mmd_llm_model_layer_llmlayer_command_specs_782af9fa,node_agent_mmd_memory_vector_layer_memorylayer_comman_111eb454,pilot_evaluate_command_spec_1084ea72,pilot_rollback_command_spec_4fe69f7d,prompt_gate_command_spec_9a941482,node_agent_mmd_llm_model_layer_llmlayer_constants_con_c9bd3f6c,node_agent_mmd_memory_vector_layer_memorylayer_consta_702d3f46,node_agent_mmd_llm_model_layer_llmlayer_index_index_1_02e160ff,node_agent_mmd_memory_vector_layer_memorylayer_index__752bc61e,node_agent_mmd_llm_model_layer_llmlayer_indexer_index_4f4deef5,node_agent_mmd_memory_vector_layer_memorylayer_indexe_93e6d86f,node_agent_mmd_llm_model_layer_llmlayer_ollama_ollama_968b23fa,node_agent_mmd_memory_vector_layer_memorylayer_ollama_6d51be16,node_agent_mmd_llm_model_layer_llmlayer_sync_contract_9f3cc8c1,node_agent_mmd_memory_vector_layer_memorylayer_sync_c_e43418bc,north_star_validators_cfc926ce,hilt_boundary_9b36fb15,types_10_75e5a4a0,goal_completion_audit_receipt_validation_9d0f4891,goal_completion_audit_receipt_5e4939c3,index_5_522f772a,node_agent_mmd_tool_layer_toollayer_constants_constan_9d71b829,types_18_37582e2a,sensitive_text_7c11f760,pr_template_linked_issue_relationship_a7b61f2c,pr_template_validator_rules_20a32d6b,node_agent_mmd_orchestration_layer_orchestration_prom_e7fa0708,node_agent_mmd_llm_model_layer_llmlayer_prompt_contex_0bf03c2e,node_agent_mmd_memory_vector_layer_memorylayer_prompt_b3bc9b07,node_agent_mmd_orchestration_layer_orchestration_prom_d17b4de2,node_agent_mmd_llm_model_layer_llmlayer_prompt_contex_81f9066a,node_agent_mmd_tool_layer_toollayer_prompt_context_dr_a2772f2b,node_agent_mmd_memory_vector_layer_memorylayer_prompt_ae34fc43,node_agent_mmd_orchestration_layer_orchestration_prom_77088997,node_agent_mmd_llm_model_layer_llmlayer_prompt_contex_e5066b88,node_agent_mmd_tool_layer_toollayer_prompt_context_dr_bd82da46,node_agent_mmd_memory_vector_layer_memorylayer_prompt_efd77624,node_agent_mmd_llm_model_layer_llmlayer_prompt_contex_6426acc2,node_agent_mmd_memory_vector_layer_memorylayer_prompt_55c0d605,cli_args_9_9c136878,cli_11_338a8415,sections_4697ef32,types_28_4476fcc6,validator_7_f836eb0e,cli_args_10_861cdd3f llmNode
+   class node_agent_mmd_orchestration_layer_orchestration_chec_7a9f0b64,node_agent_mmd_llm_model_layer_llmlayer_check_codex_a_29e7b7fa,node_agent_mmd_tool_layer_toollayer_check_codex_agent_4b361d5a,node_agent_mmd_orchestration_layer_orchestration_chec_7fd47f5c,node_agent_mmd_llm_model_layer_llmlayer_check_steerin_0e1bf90d,node_agent_mmd_tool_layer_toollayer_check_steering_fe_eafecf3a,node_agent_mmd_memory_vector_layer_memorylayer_check__64c86928,node_agent_mmd_orchestration_layer_orchestration_prom_9a65eb91,node_agent_mmd_llm_model_layer_llmlayer_prompt_contex_446877b9,node_agent_mmd_memory_vector_layer_memorylayer_prompt_5eeadd7c,node_agent_mmd_orchestration_layer_orchestration_prom_0cd46d14,node_agent_mmd_llm_model_layer_llmlayer_prompt_contex_e635dbb5,node_agent_mmd_memory_vector_layer_memorylayer_prompt_6d3fcb0b,node_agent_mmd_orchestration_layer_orchestration_run__18817957,node_agent_mmd_llm_model_layer_llmlayer_run_harness_e_603fcfdc,node_agent_mmd_tool_layer_toollayer_run_harness_evals_e2ee24f1,node_agent_mmd_memory_vector_layer_memorylayer_run_ha_5b637d0d,validate_decision_request_2e5c325e,validate_goal_completion_audit_receipt_100d252c,node_agent_mmd_orchestration_layer_orchestration_vali_c01b04be,node_agent_mmd_llm_model_layer_llmlayer_validate_pack_2a12e1f4,node_agent_mmd_tool_layer_toollayer_validate_packaged_2855c827,node_agent_mmd_orchestration_layer_orchestration_vali_5767880c,node_agent_mmd_llm_model_layer_llmlayer_validate_prom_cde7017c,node_agent_mmd_memory_vector_layer_memorylayer_valida_88b7435a,validate_reviewer_coverage_251efee3,node_agent_mmd_llm_model_layer_llmlayer_validate_syst_5636156e,node_agent_mmd_memory_vector_layer_memorylayer_valida_db599a97,node_agent_mmd_orchestration_layer_orchestration_writ_011f1ade,node_agent_mmd_llm_model_layer_llmlayer_write_prompt__42d2bbb0,node_agent_mmd_memory_vector_layer_memorylayer_write__9ee5aa99,check_environment_core_2c16213f,node_agent_mmd_llm_model_layer_llmlayer_context_conte_ad2dfbd9,node_agent_mmd_memory_vector_layer_memorylayer_contex_78ceaaa9,node_agent_mmd_llm_model_layer_llmlayer_index_context_1041bd11,node_agent_mmd_memory_vector_layer_memorylayer_index__6f3402d0,node_agent_mmd_orchestration_layer_orchestration_next_bd28cb25,node_agent_mmd_llm_model_layer_llmlayer_next_prompt_c_bdfb9c8c,node_agent_mmd_memory_vector_layer_memorylayer_next_p_25a3d4ff,node_agent_mmd_orchestration_layer_orchestration_next_2419fcae,node_agent_mmd_llm_model_layer_llmlayer_next_recommen_b2930791,node_agent_mmd_memory_vector_layer_memorylayer_next_r_ef64c9f9,prompt_gate_c5e9d207,node_agent_mmd_orchestration_layer_orchestration_reme_359fe98f,node_agent_mmd_llm_model_layer_llmlayer_remediate_run_9e3d4585,node_agent_mmd_tool_layer_toollayer_remediate_runner__c003b871,node_agent_mmd_llm_model_layer_llmlayer_search_search_66b9a911,node_agent_mmd_memory_vector_layer_memorylayer_search_ac35cb7e,node_agent_mmd_orchestration_layer_orchestration_cont_61b3b9c9,node_agent_mmd_llm_model_layer_llmlayer_context_healt_cfc0bfa8,node_agent_mmd_memory_vector_layer_memorylayer_contex_3204aa0e,node_agent_mmd_orchestration_layer_orchestration_comm_1f8cc24c,node_agent_mmd_llm_model_layer_llmlayer_command_specs_782af9fa,node_agent_mmd_memory_vector_layer_memorylayer_comman_111eb454,pilot_evaluate_command_spec_1084ea72,pilot_rollback_command_spec_4fe69f7d,prompt_gate_command_spec_9a941482,node_agent_mmd_llm_model_layer_llmlayer_constants_con_c9bd3f6c,node_agent_mmd_memory_vector_layer_memorylayer_consta_702d3f46,node_agent_mmd_llm_model_layer_llmlayer_index_index_1_02e160ff,node_agent_mmd_memory_vector_layer_memorylayer_index__752bc61e,node_agent_mmd_llm_model_layer_llmlayer_indexer_index_4f4deef5,node_agent_mmd_memory_vector_layer_memorylayer_indexe_93e6d86f,node_agent_mmd_llm_model_layer_llmlayer_ollama_ollama_968b23fa,node_agent_mmd_memory_vector_layer_memorylayer_ollama_6d51be16,node_agent_mmd_llm_model_layer_llmlayer_sync_contract_9f3cc8c1,node_agent_mmd_memory_vector_layer_memorylayer_sync_c_e43418bc,north_star_validators_cfc926ce,hilt_boundary_9b36fb15,types_10_75e5a4a0,goal_completion_audit_receipt_validation_9d0f4891,goal_completion_audit_receipt_5e4939c3,index_5_522f772a,node_agent_mmd_tool_layer_toollayer_constants_constan_9d71b829,types_18_37582e2a,sensitive_text_7c11f760,pr_template_linked_issue_relationship_a7b61f2c,pr_template_validator_rules_20a32d6b,node_agent_mmd_orchestration_layer_orchestration_prom_e7fa0708,node_agent_mmd_llm_model_layer_llmlayer_prompt_contex_0bf03c2e,node_agent_mmd_memory_vector_layer_memorylayer_prompt_b3bc9b07,node_agent_mmd_orchestration_layer_orchestration_prom_d17b4de2,node_agent_mmd_llm_model_layer_llmlayer_prompt_contex_81f9066a,node_agent_mmd_tool_layer_toollayer_prompt_context_dr_a2772f2b,node_agent_mmd_memory_vector_layer_memorylayer_prompt_ae34fc43,node_agent_mmd_orchestration_layer_orchestration_prom_77088997,node_agent_mmd_llm_model_layer_llmlayer_prompt_contex_e5066b88,node_agent_mmd_tool_layer_toollayer_prompt_context_dr_bd82da46,node_agent_mmd_memory_vector_layer_memorylayer_prompt_efd77624,node_agent_mmd_llm_model_layer_llmlayer_prompt_contex_6426acc2,node_agent_mmd_memory_vector_layer_memorylayer_prompt_55c0d605,cli_args_9_9c136878,cli_11_338a8415,sections_4697ef32,types_28_4476fcc6,validator_7_f836eb0e,cli_args_10_861cdd3f llmNode
  classDef toolNode fill:#555,color:#fff
  class node_agent_mmd_orchestration_layer_orchestration_chec_7a9f0b64,node_agent_mmd_llm_model_layer_llmlayer_check_codex_a_29e7b7fa,node_agent_mmd_tool_layer_toollayer_check_codex_agent_4b361d5a,node_agent_mmd_orchestration_layer_orchestration_chec_7fd47f5c,node_agent_mmd_llm_model_layer_llmlayer_check_steerin_0e1bf90d,node_agent_mmd_tool_layer_toollayer_check_steering_fe_eafecf3a,node_agent_mmd_memory_vector_layer_memorylayer_check__64c86928,check_tooling_baseline_parity_3124b30a,node_agent_mmd_orchestration_layer_orchestration_run__18817957,node_agent_mmd_llm_model_layer_llmlayer_run_harness_e_603fcfdc,node_agent_mmd_tool_layer_toollayer_run_harness_evals_e2ee24f1,node_agent_mmd_memory_vector_layer_memorylayer_run_ha_5b637d0d,validate_action_review_receipt_fa2f06c3,node_agent_mmd_orchestration_layer_orchestration_vali_c01b04be,node_agent_mmd_llm_model_layer_llmlayer_validate_pack_2a12e1f4,node_agent_mmd_tool_layer_toollayer_validate_packaged_2855c827,validate_replay_packet_f309747e,node_agent_mmd_tool_layer_toollayer_ci_migrate_core_c_049f8460,node_agent_mmd_memory_vector_layer_memorylayer_ci_mig_0cd5b1a4,doctor_checks_5a2eb2b9,doctor_github_tool_check_e0a938df,doctor_github_tool_checks_a53b0382,doctor_tool_checks_4acac51a,fleet_plan_repo_ecdc6499,next_blocked_decisions_4140ad2b,next_pr_closeout_contract_af31d30a,policy_gate_213f7313,remediate_cli_output_cc165396,node_agent_mmd_orchestration_layer_orchestration_reme_359fe98f,node_agent_mmd_llm_model_layer_llmlayer_remediate_run_9e3d4585,node_agent_mmd_tool_layer_toollayer_remediate_runner__c003b871,node_agent_mmd_tool_layer_toollayer_review_gate_core__7704598b,node_agent_mmd_memory_vector_layer_memorylayer_review_5bee9816,index_1bc04b52,types_1_4ecdf56e,validation_constants_e002a0f6,validation_98c41dcd,node_agent_mmd_orchestration_layer_orchestration_chec_0550c395,node_agent_mmd_tool_layer_toollayer_checker_checker_2_453d593b,node_agent_mmd_memory_vector_layer_memorylayer_checke_a583eb4f,node_agent_mmd_orchestration_layer_orchestration_shar_724ef5f0,node_agent_mmd_tool_layer_toollayer_shared_state_poli_53734acd,cli_args_1_6144b055,node_agent_mmd_orchestration_layer_orchestration_comm_6e41a7f7,node_agent_mmd_tool_layer_toollayer_command_capabilit_7fe13db1,node_agent_mmd_tool_layer_toollayer_command_capabilit_e97a4615,node_agent_mmd_memory_vector_layer_memorylayer_comman_c72a5d05,linear_command_actions_e430f4f4,node_agent_mmd_orchestration_layer_orchestration_line_b67affd5,node_agent_mmd_tool_layer_toollayer_linear_command_ru_d6763748,node_agent_mmd_orchestration_layer_orchestration_poli_3270b55d,node_agent_mmd_tool_layer_toollayer_policy_validators_af136abf,node_agent_mmd_memory_vector_layer_memorylayer_policy_1944de42,shared_state_action_validator_e7b128cd,node_agent_mmd_orchestration_layer_orchestration_type_7cf81261,node_agent_mmd_tool_layer_toollayer_types_core_types__6c8319b6,node_agent_mmd_memory_vector_layer_memorylayer_types__83f369fa,node_agent_mmd_orchestration_layer_orchestration_vali_d9fe99e6,node_agent_mmd_tool_layer_toollayer_validator_core_va_6ef6131f,node_agent_mmd_memory_vector_layer_memorylayer_valida_41034356,validator_helpers_7b927667,node_agent_mmd_orchestration_layer_orchestration_he_p_fc778c24,node_agent_mmd_tool_layer_toollayer_he_phase_exit_cor_af016160,environment_runtime_3206f0a8,observed_skill_usage_ed7d5930,closure_evidence_aaa31467,pr_creator_dc6b1ea4,client_948fe603,init_output_360dce91,scaffold_ci_templates_2afd6392,scaffold_codex_environment_templates_334fbbed,scaffold_config_templates_4b80ce53,node_agent_mmd_orchestration_layer_orchestration_scaf_c9a90c2f,node_agent_mmd_tool_layer_toollayer_scaffold_environm_c1afc013,node_agent_mmd_memory_vector_layer_memorylayer_scaffo_12b42341,scaffold_github_actions_pr_pipeline_renderer_1ee18de5,scaffold_github_actions_pr_pipeline_template_e2b85f62,scaffold_package_command_template_80e32e83,scaffold_release_private_npm_template_075499f8,node_agent_mmd_llm_model_layer_llmlayer_constants_con_c9bd3f6c,node_agent_mmd_tool_layer_toollayer_constants_constan_9d71b829,index_9_32dd4d91,validation_common_6161e48b,node_agent_mmd_tool_layer_toollayer_cli_cli_2_1_32d9eeaf,node_agent_mmd_memory_vector_layer_memorylayer_cli_cl_1f1f89ab,node_agent_mmd_tool_layer_toollayer_metrics_tracker_m_4c9237d8,node_agent_mmd_memory_vector_layer_memorylayer_metric_12562178,normalise_renderer_85f2e563,evaluation_engine_core_e054fe49,tooling_baseline_50ab2eeb,node_agent_mmd_orchestration_layer_orchestration_tool_6fb851c8,node_agent_mmd_tool_layer_toollayer_tooling_paths_too_64483840,node_agent_mmd_memory_vector_layer_memorylayer_toolin_0b766498,node_agent_mmd_orchestration_layer_orchestration_prom_d17b4de2,node_agent_mmd_llm_model_layer_llmlayer_prompt_contex_81f9066a,node_agent_mmd_tool_layer_toollayer_prompt_context_dr_a2772f2b,node_agent_mmd_memory_vector_layer_memorylayer_prompt_ae34fc43,node_agent_mmd_orchestration_layer_orchestration_prom_77088997,node_agent_mmd_llm_model_layer_llmlayer_prompt_contex_e5066b88,node_agent_mmd_tool_layer_toollayer_prompt_context_dr_bd82da46,node_agent_mmd_memory_vector_layer_memorylayer_prompt_efd77624,replay_packet_a1293f88,index_14_d982116c,review_lifecycle_contract_e5447221,review_lifecycle_89afa64c,node_agent_mmd_tool_layer_toollayer_runtime_card_code_3636ceac,node_agent_mmd_memory_vector_layer_memorylayer_runtim_a5d23e7f,runtime_card_codex_runtime_0655e230,runtime_evidence_bundle_d471a232,types_37_32ccf9f9,index_17_642943a2,projection_1b250ea1,types_39_d07de160,validation_8_b9fa10af toolNode
  classDef memNode fill:#555,color:#fff
-   class node_agent_mmd_orchestration_layer_orchestration_chec_7fd47f5c,node_agent_mmd_llm_model_layer_llmlayer_check_steerin_0e1bf90d,node_agent_mmd_tool_layer_toollayer_check_steering_fe_eafecf3a,node_agent_mmd_memory_vector_layer_memorylayer_check__64c86928,normalize_workflow_contracts_8701f1c8,node_agent_mmd_orchestration_layer_orchestration_run__18817957,node_agent_mmd_llm_model_layer_llmlayer_run_harness_e_603fcfdc,node_agent_mmd_tool_layer_toollayer_run_harness_evals_e2ee24f1,node_agent_mmd_memory_vector_layer_memorylayer_run_ha_5b637d0d,sync_codex_preflight_7e7a8dc2,test_harness_upgrade_matrix_84113c4e,node_agent_mmd_llm_model_layer_llmlayer_validate_prom_9880f764,node_agent_mmd_memory_vector_layer_memorylayer_valida_c52c4db8,validate_runtime_packet_schemas_bc3ba8ec,node_agent_mmd_llm_model_layer_llmlayer_validate_syst_5636156e,node_agent_mmd_memory_vector_layer_memorylayer_valida_db599a97,validate_workflow_contracts_33dc063c,node_agent_mmd_llm_model_layer_llmlayer_write_prompt__cd0a0f0b,node_agent_mmd_memory_vector_layer_memorylayer_write__a8df92d8,branch_protect_core_a8feb0fd,node_agent_mmd_tool_layer_toollayer_ci_migrate_core_c_049f8460,node_agent_mmd_memory_vector_layer_memorylayer_ci_mig_0cd5b1a4,context_health_80bb7da9,node_agent_mmd_llm_model_layer_llmlayer_context_conte_ad2dfbd9,node_agent_mmd_memory_vector_layer_memorylayer_contex_78ceaaa9,docs_gate_classification_2f51c90b,docs_gate_types_d285abb6,node_agent_mmd_llm_model_layer_llmlayer_index_context_1041bd11,node_agent_mmd_memory_vector_layer_memorylayer_index__6f3402d0,local_memory_preflight_dcc36c42,memory_gate_a577a506,node_agent_mmd_orchestration_layer_orchestration_next_bd28cb25,node_agent_mmd_llm_model_layer_llmlayer_next_prompt_c_bdfb9c8c,node_agent_mmd_memory_vector_layer_memorylayer_next_p_25a3d4ff,node_agent_mmd_orchestration_layer_orchestration_next_2419fcae,node_agent_mmd_llm_model_layer_llmlayer_next_recommen_b2930791,node_agent_mmd_memory_vector_layer_memorylayer_next_r_ef64c9f9,node_agent_mmd_orchestration_layer_orchestration_next_5393fba1,node_agent_mmd_memory_vector_layer_memorylayer_next_r_7feb80cc,pattern_scope_siblings_43abe000,review_context_ca6cf81d,node_agent_mmd_tool_layer_toollayer_review_gate_core__7704598b,node_agent_mmd_memory_vector_layer_memorylayer_review_5bee9816,node_agent_mmd_llm_model_layer_llmlayer_search_search_66b9a911,node_agent_mmd_memory_vector_layer_memorylayer_search_ac35cb7e,session_context_e5ec72c0,node_agent_mmd_orchestration_layer_orchestration_tool_acfe0c01,node_agent_mmd_memory_vector_layer_memorylayer_toolin_a1185b8f,run_local_memory_preflight_36e92808,node_agent_mmd_orchestration_layer_orchestration_chec_0550c395,node_agent_mmd_tool_layer_toollayer_checker_checker_2_453d593b,node_agent_mmd_memory_vector_layer_memorylayer_checke_a583eb4f,node_agent_mmd_orchestration_layer_orchestration_cont_61b3b9c9,node_agent_mmd_llm_model_layer_llmlayer_context_healt_cfc0bfa8,node_agent_mmd_memory_vector_layer_memorylayer_contex_3204aa0e,node_agent_mmd_orchestration_layer_orchestration_type_4f906dcc,node_agent_mmd_memory_vector_layer_memorylayer_types__9ad640a0,branch_protect_sync_570adb18,node_agent_mmd_tool_layer_toollayer_command_capabilit_e97a4615,node_agent_mmd_memory_vector_layer_memorylayer_comman_c72a5d05,node_agent_mmd_orchestration_layer_orchestration_comm_1f8cc24c,node_agent_mmd_llm_model_layer_llmlayer_command_specs_782af9fa,node_agent_mmd_memory_vector_layer_memorylayer_comman_111eb454,local_memory_preflight_command_spec_9e23f3ce,memory_gate_command_spec_dc9001a9,review_gate_command_spec_3187376a,session_context_command_spec_973afbb1,node_agent_mmd_llm_model_layer_llmlayer_constants_con_c9bd3f6c,node_agent_mmd_memory_vector_layer_memorylayer_consta_702d3f46,context_compact_policy_3dcaf95d,node_agent_mmd_llm_model_layer_llmlayer_index_index_1_02e160ff,node_agent_mmd_memory_vector_layer_memorylayer_index__752bc61e,node_agent_mmd_llm_model_layer_llmlayer_indexer_index_4f4deef5,node_agent_mmd_memory_vector_layer_memorylayer_indexe_93e6d86f,init_error_5c7dd49f,lexical_fallback_723e2b3e,node_agent_mmd_llm_model_layer_llmlayer_ollama_ollama_968b23fa,node_agent_mmd_memory_vector_layer_memorylayer_ollama_6d51be16,rollout_a4fa034c,sources_878a52fc,store_824d80d7,node_agent_mmd_llm_model_layer_llmlayer_sync_contract_9f3cc8c1,node_agent_mmd_memory_vector_layer_memorylayer_sync_c_e43418bc,types_8_f6283648,harness_run_context_ac7c77a9,index_4_013aa0e3,json_schema_core_96d7e328,node_agent_mmd_orchestration_layer_orchestration_poli_3270b55d,node_agent_mmd_tool_layer_toollayer_policy_validators_af136abf,node_agent_mmd_memory_vector_layer_memorylayer_policy_1944de42,node_agent_mmd_orchestration_layer_orchestration_type_7cf81261,node_agent_mmd_tool_layer_toollayer_types_core_types__6c8319b6,node_agent_mmd_memory_vector_layer_memorylayer_types__83f369fa,node_agent_mmd_orchestration_layer_orchestration_vali_d9fe99e6,node_agent_mmd_tool_layer_toollayer_validator_core_va_6ef6131f,node_agent_mmd_memory_vector_layer_memorylayer_valida_41034356,archive_candidates_scanner_d0931789,archive_candidates_dc0e40e1,docs_task_eval_contract_79347457,docs_task_eval_fixtures_44902755,node_agent_mmd_orchestration_layer_orchestration_init_2a9c3ecb,node_agent_mmd_memory_vector_layer_memorylayer_init_m_333d02c5,node_agent_mmd_orchestration_layer_orchestration_proj_6ab6f60f,node_agent_mmd_memory_vector_layer_memorylayer_projec_3ae304d9,scaffold_diagram_templates_dd88e83c,node_agent_mmd_orchestration_layer_orchestration_scaf_12cc07db,node_agent_mmd_memory_vector_layer_memorylayer_scaffo_5fd73b94,node_agent_mmd_orchestration_layer_orchestration_scaf_c9a90c2f,node_agent_mmd_tool_layer_toollayer_scaffold_environm_c1afc013,node_agent_mmd_memory_vector_layer_memorylayer_scaffo_12b42341,scaffold_hook_templates_8c74ab50,scaffold_root_command_templates_404fed7f,scaffold_script_template_registry_69312d4e,scaffold_shell_templates_0ad0f915,scaffold_surfaces_12d6494e,node_agent_mmd_orchestration_layer_orchestration_scaf_ff8f92f6,node_agent_mmd_memory_vector_layer_memorylayer_scaffo_a86eece1,scaffold_workflow_template_92310587,eval_seed_5699fd3e,index_10_f6785a46,review_context_1_e3afed15,memory_gate_1_265164ac,branch_enforcer_acb749cd,cli_args_5_09ea29f0,node_agent_mmd_tool_layer_toollayer_cli_cli_2_1_32d9eeaf,node_agent_mmd_memory_vector_layer_memorylayer_cli_cl_1f1f89ab,node_agent_mmd_tool_layer_toollayer_metrics_tracker_m_4c9237d8,node_agent_mmd_memory_vector_layer_memorylayer_metric_12562178,types_20_071a0112,validator_5_b19ac2be,node_agent_mmd_orchestration_layer_orchestration_clas_899b821a,node_agent_mmd_memory_vector_layer_memorylayer_classi_1ebbf5ff,node_agent_mmd_orchestration_layer_orchestration_tool_6fb851c8,node_agent_mmd_tool_layer_toollayer_tooling_paths_too_64483840,node_agent_mmd_memory_vector_layer_memorylayer_toolin_0b766498,claim_helpers_20dc8387,types_25_89d086aa,local_memory_smoke_1175abfc,local_memory_0db17ecc,performance_overload_c685bfcf,node_agent_mmd_orchestration_layer_orchestration_sugg_85c5ebe3,node_agent_mmd_memory_vector_layer_memorylayer_sugges_267f408d,node_agent_mmd_orchestration_layer_orchestration_prom_e7fa0708,node_agent_mmd_llm_model_layer_llmlayer_prompt_contex_0bf03c2e,node_agent_mmd_memory_vector_layer_memorylayer_prompt_b3bc9b07,node_agent_mmd_orchestration_layer_orchestration_prom_d17b4de2,node_agent_mmd_llm_model_layer_llmlayer_prompt_contex_81f9066a,node_agent_mmd_tool_layer_toollayer_prompt_context_dr_a2772f2b,node_agent_mmd_memory_vector_layer_memorylayer_prompt_ae34fc43,node_agent_mmd_orchestration_layer_orchestration_prom_77088997,node_agent_mmd_llm_model_layer_llmlayer_prompt_contex_e5066b88,node_agent_mmd_tool_layer_toollayer_prompt_context_dr_bd82da46,node_agent_mmd_memory_vector_layer_memorylayer_prompt_efd77624,node_agent_mmd_llm_model_layer_llmlayer_prompt_contex_6426acc2,node_agent_mmd_memory_vector_layer_memorylayer_prompt_55c0d605,types_32_bfe791ff,policy_1_fc4198db,node_agent_mmd_tool_layer_toollayer_runtime_card_code_3636ceac,node_agent_mmd_memory_vector_layer_memorylayer_runtim_a5d23e7f,cli_12_01c06c37,collector_0736fd5b,types_35_93e66c64,overload_guard_2748c559 memNode
+   class node_agent_mmd_orchestration_layer_orchestration_chec_7fd47f5c,node_agent_mmd_llm_model_layer_llmlayer_check_steerin_0e1bf90d,node_agent_mmd_tool_layer_toollayer_check_steering_fe_eafecf3a,node_agent_mmd_memory_vector_layer_memorylayer_check__64c86928,node_agent_mmd_orchestration_layer_orchestration_prom_9a65eb91,node_agent_mmd_llm_model_layer_llmlayer_prompt_contex_446877b9,node_agent_mmd_memory_vector_layer_memorylayer_prompt_5eeadd7c,node_agent_mmd_orchestration_layer_orchestration_prom_0cd46d14,node_agent_mmd_llm_model_layer_llmlayer_prompt_contex_e635dbb5,node_agent_mmd_memory_vector_layer_memorylayer_prompt_6d3fcb0b,normalize_workflow_contracts_8701f1c8,node_agent_mmd_orchestration_layer_orchestration_run__18817957,node_agent_mmd_llm_model_layer_llmlayer_run_harness_e_603fcfdc,node_agent_mmd_tool_layer_toollayer_run_harness_evals_e2ee24f1,node_agent_mmd_memory_vector_layer_memorylayer_run_ha_5b637d0d,sync_codex_preflight_7e7a8dc2,test_harness_upgrade_matrix_84113c4e,node_agent_mmd_orchestration_layer_orchestration_vali_5767880c,node_agent_mmd_llm_model_layer_llmlayer_validate_prom_cde7017c,node_agent_mmd_memory_vector_layer_memorylayer_valida_88b7435a,validate_runtime_packet_schemas_bc3ba8ec,node_agent_mmd_llm_model_layer_llmlayer_validate_syst_5636156e,node_agent_mmd_memory_vector_layer_memorylayer_valida_db599a97,validate_workflow_contracts_33dc063c,node_agent_mmd_orchestration_layer_orchestration_writ_011f1ade,node_agent_mmd_llm_model_layer_llmlayer_write_prompt__42d2bbb0,node_agent_mmd_memory_vector_layer_memorylayer_write__9ee5aa99,branch_protect_core_a8feb0fd,node_agent_mmd_tool_layer_toollayer_ci_migrate_core_c_049f8460,node_agent_mmd_memory_vector_layer_memorylayer_ci_mig_0cd5b1a4,context_health_80bb7da9,node_agent_mmd_llm_model_layer_llmlayer_context_conte_ad2dfbd9,node_agent_mmd_memory_vector_layer_memorylayer_contex_78ceaaa9,docs_gate_classification_2f51c90b,docs_gate_types_d285abb6,node_agent_mmd_llm_model_layer_llmlayer_index_context_1041bd11,node_agent_mmd_memory_vector_layer_memorylayer_index__6f3402d0,local_memory_preflight_dcc36c42,memory_gate_a577a506,node_agent_mmd_orchestration_layer_orchestration_next_bd28cb25,node_agent_mmd_llm_model_layer_llmlayer_next_prompt_c_bdfb9c8c,node_agent_mmd_memory_vector_layer_memorylayer_next_p_25a3d4ff,node_agent_mmd_orchestration_layer_orchestration_next_2419fcae,node_agent_mmd_llm_model_layer_llmlayer_next_recommen_b2930791,node_agent_mmd_memory_vector_layer_memorylayer_next_r_ef64c9f9,node_agent_mmd_orchestration_layer_orchestration_next_5393fba1,node_agent_mmd_memory_vector_layer_memorylayer_next_r_7feb80cc,pattern_scope_siblings_43abe000,review_context_ca6cf81d,node_agent_mmd_tool_layer_toollayer_review_gate_core__7704598b,node_agent_mmd_memory_vector_layer_memorylayer_review_5bee9816,node_agent_mmd_llm_model_layer_llmlayer_search_search_66b9a911,node_agent_mmd_memory_vector_layer_memorylayer_search_ac35cb7e,session_context_e5ec72c0,node_agent_mmd_orchestration_layer_orchestration_tool_acfe0c01,node_agent_mmd_memory_vector_layer_memorylayer_toolin_a1185b8f,run_local_memory_preflight_36e92808,node_agent_mmd_orchestration_layer_orchestration_chec_0550c395,node_agent_mmd_tool_layer_toollayer_checker_checker_2_453d593b,node_agent_mmd_memory_vector_layer_memorylayer_checke_a583eb4f,node_agent_mmd_orchestration_layer_orchestration_cont_61b3b9c9,node_agent_mmd_llm_model_layer_llmlayer_context_healt_cfc0bfa8,node_agent_mmd_memory_vector_layer_memorylayer_contex_3204aa0e,node_agent_mmd_orchestration_layer_orchestration_type_4f906dcc,node_agent_mmd_memory_vector_layer_memorylayer_types__9ad640a0,branch_protect_sync_570adb18,node_agent_mmd_tool_layer_toollayer_command_capabilit_e97a4615,node_agent_mmd_memory_vector_layer_memorylayer_comman_c72a5d05,node_agent_mmd_orchestration_layer_orchestration_comm_1f8cc24c,node_agent_mmd_llm_model_layer_llmlayer_command_specs_782af9fa,node_agent_mmd_memory_vector_layer_memorylayer_comman_111eb454,local_memory_preflight_command_spec_9e23f3ce,memory_gate_command_spec_dc9001a9,review_gate_command_spec_3187376a,session_context_command_spec_973afbb1,node_agent_mmd_llm_model_layer_llmlayer_constants_con_c9bd3f6c,node_agent_mmd_memory_vector_layer_memorylayer_consta_702d3f46,context_compact_policy_3dcaf95d,node_agent_mmd_llm_model_layer_llmlayer_index_index_1_02e160ff,node_agent_mmd_memory_vector_layer_memorylayer_index__752bc61e,node_agent_mmd_llm_model_layer_llmlayer_indexer_index_4f4deef5,node_agent_mmd_memory_vector_layer_memorylayer_indexe_93e6d86f,init_error_5c7dd49f,lexical_fallback_723e2b3e,node_agent_mmd_llm_model_layer_llmlayer_ollama_ollama_968b23fa,node_agent_mmd_memory_vector_layer_memorylayer_ollama_6d51be16,rollout_a4fa034c,sources_878a52fc,store_824d80d7,node_agent_mmd_llm_model_layer_llmlayer_sync_contract_9f3cc8c1,node_agent_mmd_memory_vector_layer_memorylayer_sync_c_e43418bc,types_8_f6283648,harness_run_context_ac7c77a9,index_4_013aa0e3,json_schema_core_96d7e328,node_agent_mmd_orchestration_layer_orchestration_poli_3270b55d,node_agent_mmd_tool_layer_toollayer_policy_validators_af136abf,node_agent_mmd_memory_vector_layer_memorylayer_policy_1944de42,node_agent_mmd_orchestration_layer_orchestration_type_7cf81261,node_agent_mmd_tool_layer_toollayer_types_core_types__6c8319b6,node_agent_mmd_memory_vector_layer_memorylayer_types__83f369fa,node_agent_mmd_orchestration_layer_orchestration_vali_d9fe99e6,node_agent_mmd_tool_layer_toollayer_validator_core_va_6ef6131f,node_agent_mmd_memory_vector_layer_memorylayer_valida_41034356,archive_candidates_scanner_d0931789,archive_candidates_dc0e40e1,docs_task_eval_contract_79347457,docs_task_eval_fixtures_44902755,node_agent_mmd_orchestration_layer_orchestration_init_2a9c3ecb,node_agent_mmd_memory_vector_layer_memorylayer_init_m_333d02c5,node_agent_mmd_orchestration_layer_orchestration_proj_6ab6f60f,node_agent_mmd_memory_vector_layer_memorylayer_projec_3ae304d9,scaffold_diagram_templates_dd88e83c,node_agent_mmd_orchestration_layer_orchestration_scaf_12cc07db,node_agent_mmd_memory_vector_layer_memorylayer_scaffo_5fd73b94,node_agent_mmd_orchestration_layer_orchestration_scaf_c9a90c2f,node_agent_mmd_tool_layer_toollayer_scaffold_environm_c1afc013,node_agent_mmd_memory_vector_layer_memorylayer_scaffo_12b42341,scaffold_hook_templates_8c74ab50,scaffold_root_command_templates_404fed7f,scaffold_script_template_registry_69312d4e,scaffold_shell_templates_0ad0f915,scaffold_surfaces_12d6494e,node_agent_mmd_orchestration_layer_orchestration_scaf_ff8f92f6,node_agent_mmd_memory_vector_layer_memorylayer_scaffo_a86eece1,scaffold_workflow_template_92310587,eval_seed_5699fd3e,index_10_f6785a46,review_context_1_e3afed15,memory_gate_1_265164ac,branch_enforcer_acb749cd,cli_args_5_09ea29f0,node_agent_mmd_tool_layer_toollayer_cli_cli_2_1_32d9eeaf,node_agent_mmd_memory_vector_layer_memorylayer_cli_cl_1f1f89ab,node_agent_mmd_tool_layer_toollayer_metrics_tracker_m_4c9237d8,node_agent_mmd_memory_vector_layer_memorylayer_metric_12562178,types_20_071a0112,validator_5_b19ac2be,node_agent_mmd_orchestration_layer_orchestration_clas_899b821a,node_agent_mmd_memory_vector_layer_memorylayer_classi_1ebbf5ff,node_agent_mmd_orchestration_layer_orchestration_tool_6fb851c8,node_agent_mmd_tool_layer_toollayer_tooling_paths_too_64483840,node_agent_mmd_memory_vector_layer_memorylayer_toolin_0b766498,claim_helpers_20dc8387,types_25_89d086aa,local_memory_smoke_1175abfc,local_memory_0db17ecc,performance_overload_c685bfcf,node_agent_mmd_orchestration_layer_orchestration_sugg_85c5ebe3,node_agent_mmd_memory_vector_layer_memorylayer_sugges_267f408d,node_agent_mmd_orchestration_layer_orchestration_prom_e7fa0708,node_agent_mmd_llm_model_layer_llmlayer_prompt_contex_0bf03c2e,node_agent_mmd_memory_vector_layer_memorylayer_prompt_b3bc9b07,node_agent_mmd_orchestration_layer_orchestration_prom_d17b4de2,node_agent_mmd_llm_model_layer_llmlayer_prompt_contex_81f9066a,node_agent_mmd_tool_layer_toollayer_prompt_context_dr_a2772f2b,node_agent_mmd_memory_vector_layer_memorylayer_prompt_ae34fc43,node_agent_mmd_orchestration_layer_orchestration_prom_77088997,node_agent_mmd_llm_model_layer_llmlayer_prompt_contex_e5066b88,node_agent_mmd_tool_layer_toollayer_prompt_context_dr_bd82da46,node_agent_mmd_memory_vector_layer_memorylayer_prompt_efd77624,node_agent_mmd_llm_model_layer_llmlayer_prompt_contex_6426acc2,node_agent_mmd_memory_vector_layer_memorylayer_prompt_55c0d605,types_32_bfe791ff,policy_1_fc4198db,node_agent_mmd_tool_layer_toollayer_runtime_card_code_3636ceac,node_agent_mmd_memory_vector_layer_memorylayer_runtim_a5d23e7f,cli_12_01c06c37,collector_0736fd5b,types_35_93e66c64,overload_guard_2748c559 memNode
